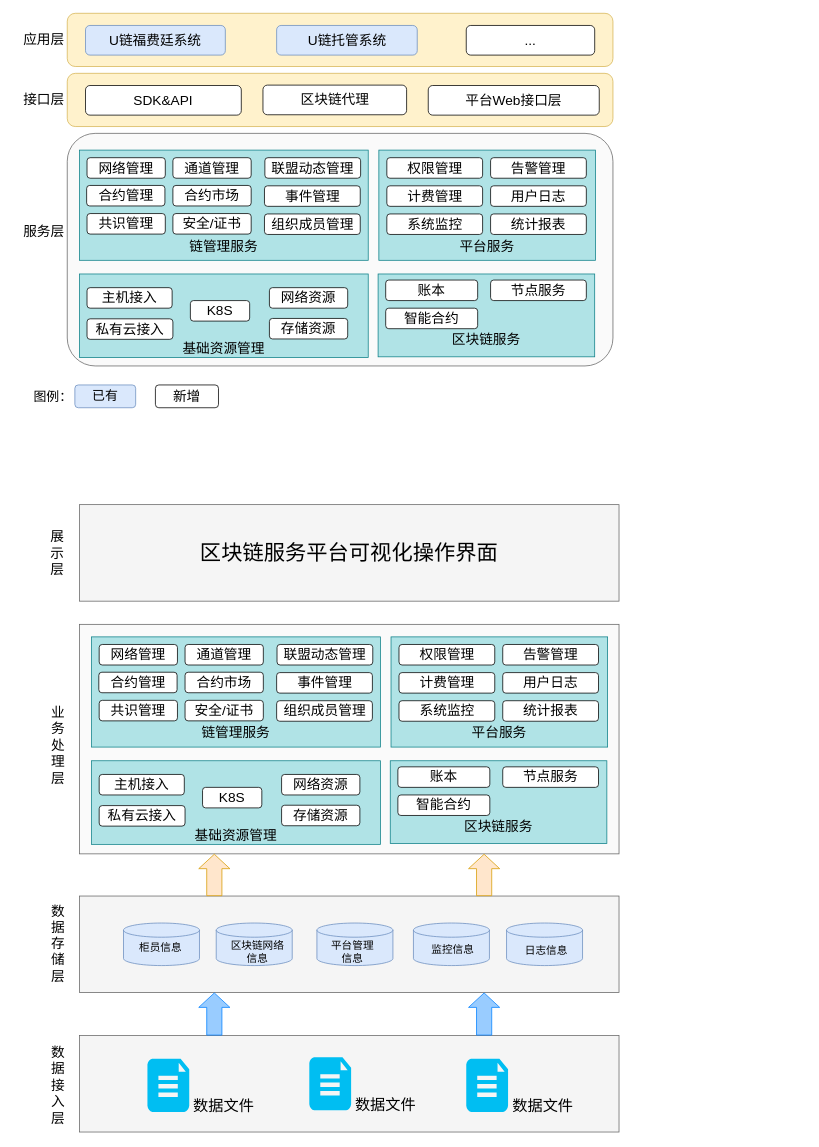
Before: repository/drawio/postb/业务功能架构图1.drawio in dilide/collections, a draw.io diagram. Source tidied: cells renumbered, new cells numbered last; positions are measured from the earlier drawing's top-left corner, leaving out a move shared by most shapes. Both pictures are drawn from the tidied source at 76%, with x=0, y=0 at pixel (13, 13).
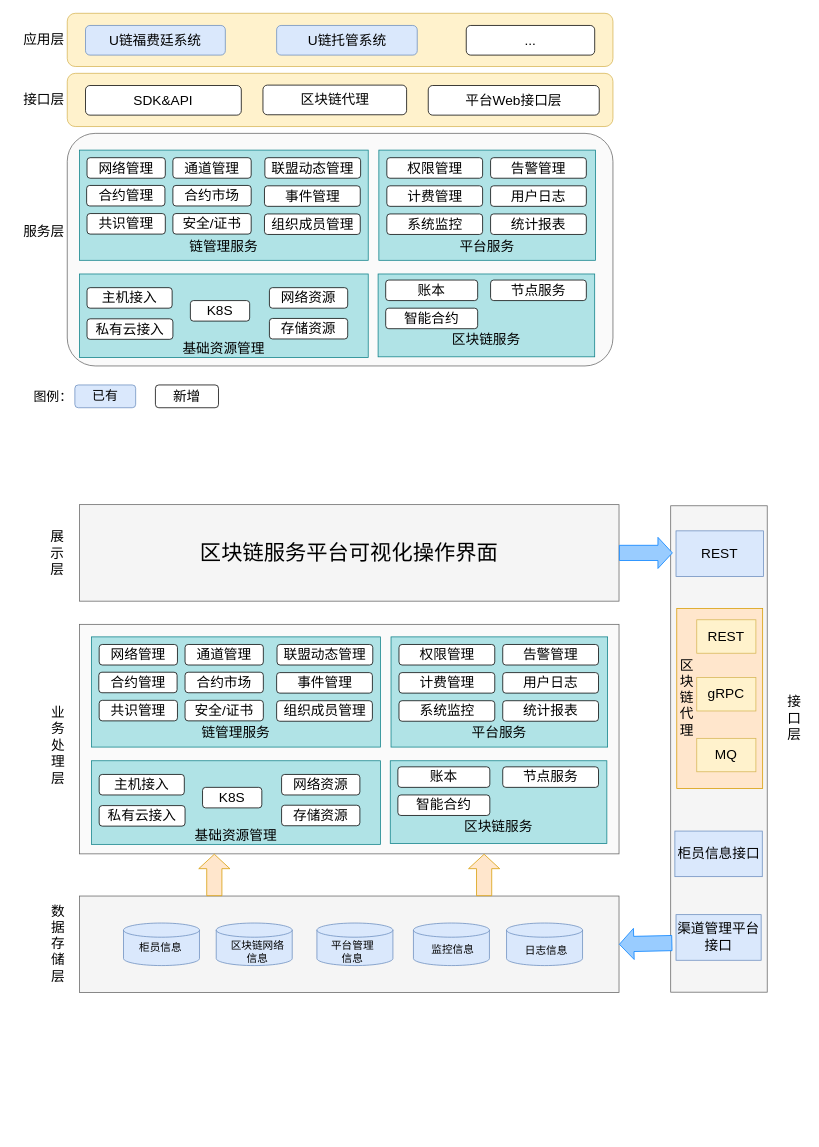
The same page after the edit.

Commit message:
Update 业务功能架构图1.drawio

Unchanged cells that the change refers to:
```xml
<mxCell id="72" style="rounded=0;whiteSpace=wrap;html=1;strokeColor=#666666;fillColor=#F5F5F5;" parent="1" vertex="1">
  <mxGeometry x="87" y="1161.5" width="710" height="127" as="geometry" />
</mxCell>
<mxCell id="78" value="&lt;font style=&quot;font-size: 28px&quot;&gt;区块链服务平台可视化操作界面&lt;/font&gt;" style="rounded=0;whiteSpace=wrap;html=1;strokeColor=#666666;fillColor=#F5F5F5;" parent="1" vertex="1">
  <mxGeometry x="87" y="646.5" width="710" height="127" as="geometry" />
</mxCell>
```

Change to the diagram source:
```diff
@@
-    <mxCell id="73" style="rounded=0;whiteSpace=wrap;html=1;strokeColor=#666666;fillColor=#F5F5F5;" parent="1" vertex="1">
-      <mxGeometry x="87" y="1345" width="710" height="127" as="geometry" />
+    <mxCell id="73" style="rounded=0;whiteSpace=wrap;html=1;strokeColor=#666666;fillColor=#F5F5F5;direction=south;" parent="1" vertex="1">
+      <mxGeometry x="865" y="648" width="127" height="640" as="geometry" />
     </mxCell>
-    <mxCell id="74" style="shape=flexArrow;endArrow=classic;html=1;entryX=0.25;entryY=1;entryDx=0;entryDy=0;exitX=0.25;exitY=0;exitDx=0;exitDy=0;width=20;fillColor=#99CCFF;strokeColor=#007FFF;" parent="1" edge="1" source="73" target="72">
-      <mxGeometry relative="1" as="geometry" />
-    </mxCell>
-    <mxCell id="75" style="shape=flexArrow;endArrow=classic;html=1;entryX=0.75;entryY=1;entryDx=0;entryDy=0;exitX=0.75;exitY=0;exitDx=0;exitDy=0;width=20;strokeColor=#007FFF;fillColor=#99CCFF;" parent="1" edge="1" source="73" target="72">
-      <mxGeometry relative="1" as="geometry" />
-    </mxCell>
@@
-    <mxCell id="79" style="group;" parent="1" vertex="1">
-      <mxGeometry x="176.5" y="1375.5" width="116.5" height="70" as="geometry" />
-    </mxCell>
-    <mxCell id="80" style="verticalLabelPosition=bottom;html=1;verticalAlign=top;align=center;strokeColor=none;fillColor=#00BEF2;shape=mxgraph.azure.file_2;rounded=0;" parent="79" vertex="1">
-      <mxGeometry width="55" height="70" as="geometry" />
-    </mxCell>
-    <mxCell id="81" value="数据文件" style="text;html=1;align=left;verticalAlign=top;spacingTop=-4;fontSize=20;" parent="79" vertex="1">
-      <mxGeometry x="58.5" y="47.5" width="58" height="14" as="geometry" />
-    </mxCell>
-    <mxCell id="82" style="group;" parent="1" vertex="1">
-      <mxGeometry x="389.5" y="1373.5" width="116.5" height="70" as="geometry" />
-    </mxCell>
-    <mxCell id="83" style="verticalLabelPosition=bottom;html=1;verticalAlign=top;align=center;strokeColor=none;fillColor=#00BEF2;shape=mxgraph.azure.file_2;rounded=0;" parent="82" vertex="1">
-      <mxGeometry width="55" height="70" as="geometry" />
-    </mxCell>
-    <mxCell id="84" value="数据文件" style="text;html=1;align=left;verticalAlign=top;spacingTop=-4;fontSize=20;" parent="82" vertex="1">
-      <mxGeometry x="58.5" y="47.5" width="58" height="14" as="geometry" />
-    </mxCell>
-    <mxCell id="85" style="group;" parent="1" vertex="1">
-      <mxGeometry x="596" y="1375.5" width="116.5" height="70" as="geometry" />
-    </mxCell>
-    <mxCell id="86" style="verticalLabelPosition=bottom;html=1;verticalAlign=top;align=center;strokeColor=none;fillColor=#00BEF2;shape=mxgraph.azure.file_2;rounded=0;" parent="85" vertex="1">
-      <mxGeometry width="55" height="70" as="geometry" />
-    </mxCell>
-    <mxCell id="87" value="数据文件" style="text;html=1;align=left;verticalAlign=top;spacingTop=-4;fontSize=20;" parent="85" vertex="1">
-      <mxGeometry x="58.5" y="47.5" width="58" height="14" as="geometry" />
-    </mxCell>
@@
-    <mxCell id="101" value="数据接入层" style="rounded=0;whiteSpace=wrap;html=1;strokeWidth=1;fontSize=18;align=center;strokeColor=none;" parent="1" vertex="1">
-      <mxGeometry x="42.5" y="1347" width="32" height="127" as="geometry" />
+    <mxCell id="101" value="接口层" style="rounded=0;whiteSpace=wrap;html=1;strokeWidth=1;fontSize=18;align=center;strokeColor=none;" parent="1" vertex="1">
+      <mxGeometry x="1012" y="864.5" width="32" height="127" as="geometry" />
     </mxCell>
+    <mxCell id="102" value="渠道管理平台接口" style="rounded=0;whiteSpace=wrap;html=1;strokeColor=#6c8ebf;strokeWidth=1;fillColor=#dae8fc;fontSize=18;align=center;" parent="1" vertex="1">
+      <mxGeometry x="872" y="1186" width="112" height="60" as="geometry" />
+    </mxCell>
+    <mxCell id="103" value="柜员信息接口" style="rounded=0;whiteSpace=wrap;html=1;strokeColor=#6c8ebf;strokeWidth=1;fillColor=#dae8fc;fontSize=18;align=center;" parent="1" vertex="1">
+      <mxGeometry x="870.5" y="1076" width="115" height="60" as="geometry" />
+    </mxCell>
+    <mxCell id="104" style="shape=flexArrow;endArrow=classic;html=1;strokeColor=#007FFF;fillColor=#99CCFF;fontSize=18;entryX=1;entryY=0.5;entryDx=0;entryDy=0;exitX=0.899;exitY=0.984;exitDx=0;exitDy=0;exitPerimeter=0;width=20;" parent="1" edge="1" source="73" target="72">
+      <mxGeometry relative="1" as="geometry" />
+    </mxCell>
+    <mxCell id="105" style="shape=flexArrow;endArrow=classic;html=1;strokeColor=#007FFF;fillColor=#99CCFF;fontSize=18;width=20;" parent="1" edge="1" source="78">
+      <mxGeometry relative="1" as="geometry">
+        <mxPoint x="867.7" y="710" as="targetPoint" />
+      </mxGeometry>
+    </mxCell>
+    <mxCell id="106" style="rounded=0;whiteSpace=wrap;html=1;strokeColor=#d79b00;strokeWidth=1;fillColor=#ffe6cc;fontSize=18;align=center;" parent="1" vertex="1">
+      <mxGeometry x="873" y="783" width="113" height="237" as="geometry" />
+    </mxCell>
+    <mxCell id="107" value="区块链代理" style="rounded=0;whiteSpace=wrap;html=1;strokeWidth=1;fontSize=18;align=center;strokeColor=none;fillColor=none;" parent="1" vertex="1">
+      <mxGeometry x="873" y="789" width="27" height="224" as="geometry" />
+    </mxCell>
+    <mxCell id="108" value="REST" style="rounded=0;whiteSpace=wrap;html=1;strokeColor=#d6b656;strokeWidth=1;fillColor=#fff2cc;fontSize=18;align=center;" parent="1" vertex="1">
+      <mxGeometry x="899.3" y="798" width="77.8" height="44" as="geometry" />
+    </mxCell>
+    <mxCell id="109" value="gRPC" style="rounded=0;whiteSpace=wrap;html=1;strokeColor=#d6b656;strokeWidth=1;fillColor=#fff2cc;fontSize=18;align=center;" parent="1" vertex="1">
+      <mxGeometry x="899.3" y="874" width="77.8" height="44" as="geometry" />
+    </mxCell>
+    <mxCell id="110" value="MQ" style="rounded=0;whiteSpace=wrap;html=1;strokeColor=#d6b656;strokeWidth=1;fillColor=#fff2cc;fontSize=18;align=center;" parent="1" vertex="1">
+      <mxGeometry x="899.3" y="954" width="77.8" height="44" as="geometry" />
+    </mxCell>
+    <mxCell id="111" value="REST" style="rounded=0;whiteSpace=wrap;html=1;strokeColor=#6c8ebf;strokeWidth=1;fillColor=#dae8fc;fontSize=18;align=center;" parent="1" vertex="1">
+      <mxGeometry x="872" y="681" width="115" height="60" as="geometry" />
+    </mxCell>
```
